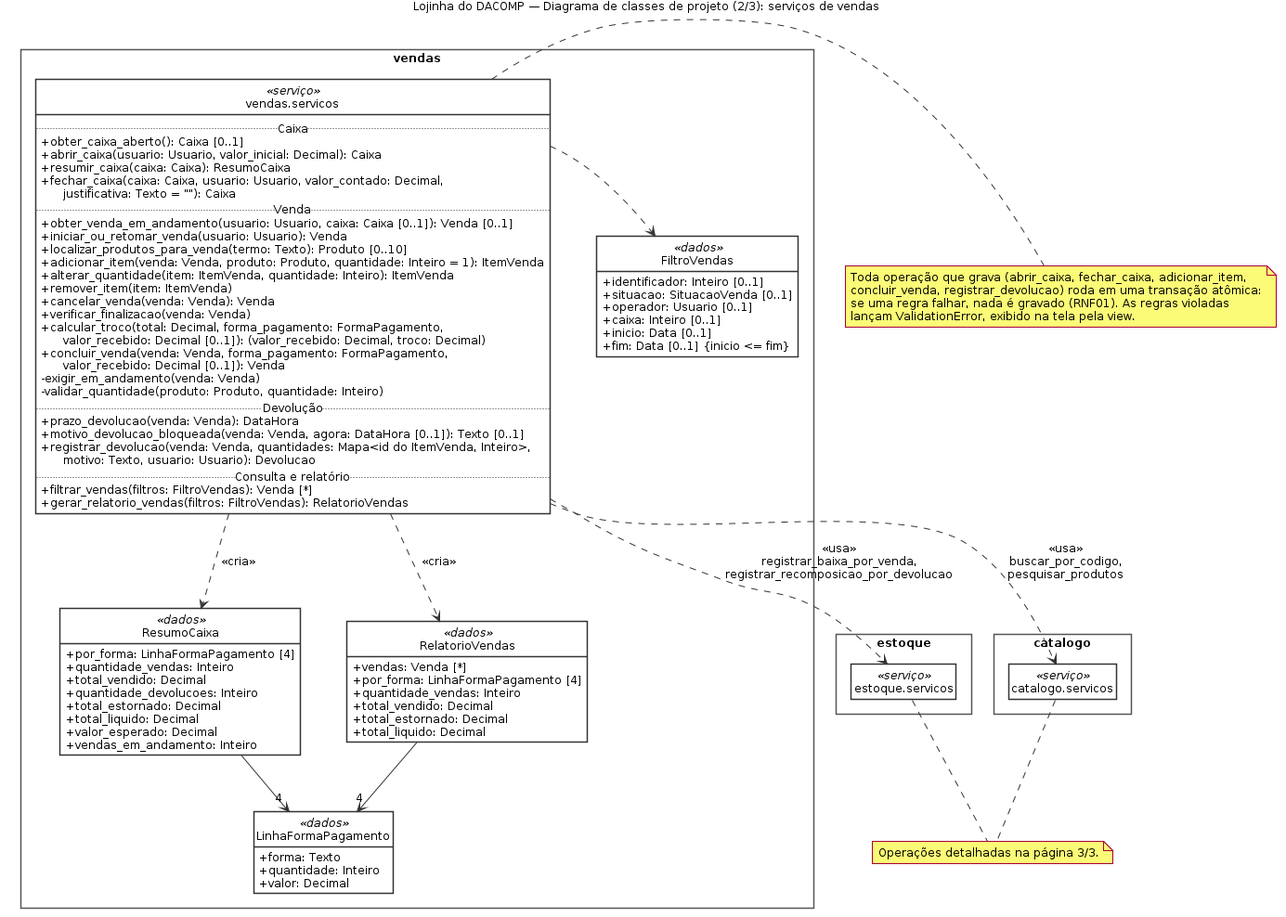
Before: docs/diagramas/classes-servicos-vendas.png, a diagram exported from PlantUML (PedroGasparetto/sistema-dacomp). Its source is kept beside it as docs/diagramas/classes-servicos-vendas.puml. Its diagram source:
```plantuml
@startuml classes-servicos-vendas

title Lojinha do DACOMP — Diagrama de classes de projeto (2/3): serviços de vendas

skinparam classAttributeIconSize 0
skinparam shadowing false
skinparam defaultFontName DejaVu Sans
skinparam defaultFontSize 12
skinparam packageStyle rectangle
skinparam classBackgroundColor #FFFFFF
skinparam classBorderColor #333333
skinparam packageBorderColor #555555
skinparam arrowColor #333333
skinparam nodesep 50
skinparam ranksep 60
hide empty members
hide circle

package "vendas" {
  class "vendas.servicos" as SV <<serviço>> {
    .. Caixa ..
    + obter_caixa_aberto(): Caixa [0..1]
    + abrir_caixa(usuario: Usuario, valor_inicial: Decimal): Caixa
    + resumir_caixa(caixa: Caixa): ResumoCaixa
    + fechar_caixa(caixa: Caixa, usuario: Usuario, valor_contado: Decimal,\n      justificativa: Texto = ""): Caixa
    .. Venda ..
    + obter_venda_em_andamento(usuario: Usuario, caixa: Caixa [0..1]): Venda [0..1]
    + iniciar_ou_retomar_venda(usuario: Usuario): Venda
    + localizar_produtos_para_venda(termo: Texto): Produto [0..10]
    + adicionar_item(venda: Venda, produto: Produto, quantidade: Inteiro = 1): ItemVenda
    + alterar_quantidade(item: ItemVenda, quantidade: Inteiro): ItemVenda
    + remover_item(item: ItemVenda)
    + cancelar_venda(venda: Venda): Venda
    + verificar_finalizacao(venda: Venda)
    + calcular_troco(total: Decimal, forma_pagamento: FormaPagamento,\n      valor_recebido: Decimal [0..1]): (valor_recebido: Decimal, troco: Decimal)
    + concluir_venda(venda: Venda, forma_pagamento: FormaPagamento,\n      valor_recebido: Decimal [0..1]): Venda
    - exigir_em_andamento(venda: Venda)
    - validar_quantidade(produto: Produto, quantidade: Inteiro)
    .. Devolução ..
    + prazo_devolucao(venda: Venda): DataHora
    + motivo_devolucao_bloqueada(venda: Venda, agora: DataHora [0..1]): Texto [0..1]
    + registrar_devolucao(venda: Venda, quantidades: Mapa<id do ItemVenda, Inteiro>,\n      motivo: Texto, usuario: Usuario): Devolucao
    .. Consulta e relatório ..
    + filtrar_vendas(filtros: FiltroVendas): Venda [*]
    + gerar_relatorio_vendas(filtros: FiltroVendas): RelatorioVendas
  }
  class ResumoCaixa <<dados>> {
    + por_forma: LinhaFormaPagamento [4]
    + quantidade_vendas: Inteiro
    + total_vendido: Decimal
    + quantidade_devolucoes: Inteiro
    + total_estornado: Decimal
    + total_liquido: Decimal
    + valor_esperado: Decimal
    + vendas_em_andamento: Inteiro
  }
  class RelatorioVendas <<dados>> {
    + vendas: Venda [*]
    + por_forma: LinhaFormaPagamento [4]
    + quantidade_vendas: Inteiro
    + total_vendido: Decimal
    + total_estornado: Decimal
    + total_liquido: Decimal
  }
  class FiltroVendas <<dados>> {
    + identificador: Inteiro [0..1]
    + situacao: SituacaoVenda [0..1]
    + operador: Usuario [0..1]
    + caixa: Inteiro [0..1]
    + inicio: Data [0..1]
    + fim: Data [0..1] {inicio <= fim}
  }
  class LinhaFormaPagamento <<dados>> {
    + forma: Texto
    + quantidade: Inteiro
    + valor: Decimal
  }
  SV ..> ResumoCaixa : <<cria>>
  SV ..> RelatorioVendas : <<cria>>
  ResumoCaixa --> "4" LinhaFormaPagamento
  RelatorioVendas --> "4" LinhaFormaPagamento
}


package "estoque" {
  class "estoque.servicos" as SE <<serviço>>
}
package "catalogo" {
  class "catalogo.servicos" as SC <<serviço>>
}
note "Operações detalhadas na página 3/3." as N
SE .. N
SC .. N

SV -[hidden]right- FiltroVendas
SV ..> FiltroVendas
SV ..> SE : <<usa>>\nregistrar_baixa_por_venda,\nregistrar_recomposicao_por_devolucao
SV ..> SC : <<usa>>\nbuscar_por_codigo,\npesquisar_produtos

note right of SV
  Toda operação que grava (abrir_caixa, fechar_caixa, adicionar_item,
  concluir_venda, registrar_devolucao) roda em uma transação atômica:
  se uma regra falhar, nada é gravado (RNF01). As regras violadas
  lançam ValidationError, exibido na tela pela view.
end note

@enduml
```
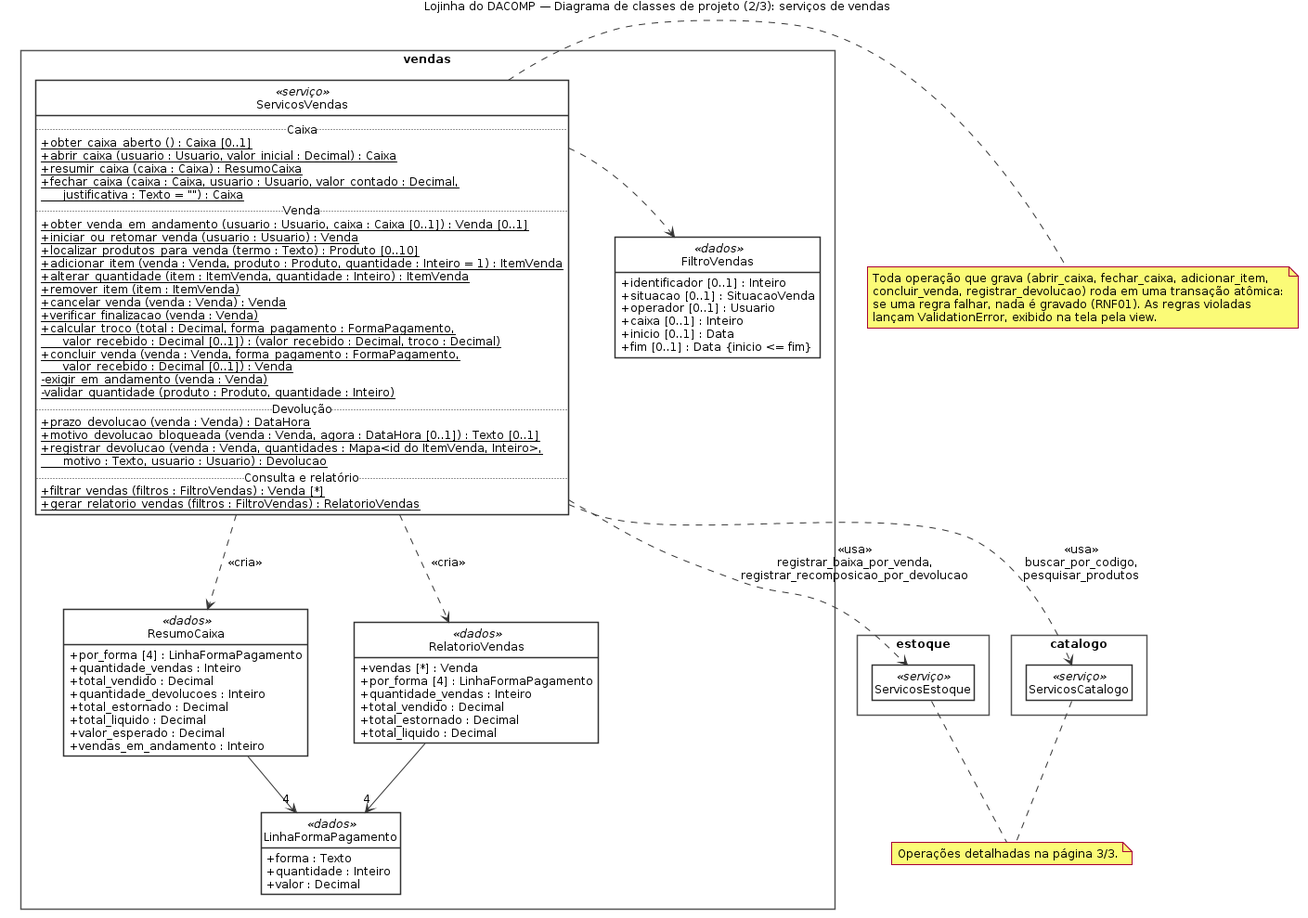
The same file after the commit.

Commit message:
Ajusta o diagrama de classes à notação dos slides da disciplina

Diff of the diagram source:
```diff
@@ -17,63 +17,63 @@
 hide circle
 
 package "vendas" {
-  class "vendas.servicos" as SV <<serviço>> {
+  class "ServicosVendas" as SV <<serviço>> {
     .. Caixa ..
-    + obter_caixa_aberto(): Caixa [0..1]
-    + abrir_caixa(usuario: Usuario, valor_inicial: Decimal): Caixa
-    + resumir_caixa(caixa: Caixa): ResumoCaixa
-    + fechar_caixa(caixa: Caixa, usuario: Usuario, valor_contado: Decimal,\n      justificativa: Texto = ""): Caixa
+    {static} + obter_caixa_aberto () : Caixa [0..1]
+    {static} + abrir_caixa (usuario : Usuario, valor_inicial : Decimal) : Caixa
+    {static} + resumir_caixa (caixa : Caixa) : ResumoCaixa
+    {static} + fechar_caixa (caixa : Caixa, usuario : Usuario, valor_contado : Decimal,\n      justificativa : Texto = "") : Caixa
     .. Venda ..
-    + obter_venda_em_andamento(usuario: Usuario, caixa: Caixa [0..1]): Venda [0..1]
-    + iniciar_ou_retomar_venda(usuario: Usuario): Venda
-    + localizar_produtos_para_venda(termo: Texto): Produto [0..10]
-    + adicionar_item(venda: Venda, produto: Produto, quantidade: Inteiro = 1): ItemVenda
-    + alterar_quantidade(item: ItemVenda, quantidade: Inteiro): ItemVenda
-    + remover_item(item: ItemVenda)
-    + cancelar_venda(venda: Venda): Venda
-    + verificar_finalizacao(venda: Venda)
-    + calcular_troco(total: Decimal, forma_pagamento: FormaPagamento,\n      valor_recebido: Decimal [0..1]): (valor_recebido: Decimal, troco: Decimal)
-    + concluir_venda(venda: Venda, forma_pagamento: FormaPagamento,\n      valor_recebido: Decimal [0..1]): Venda
-    - exigir_em_andamento(venda: Venda)
-    - validar_quantidade(produto: Produto, quantidade: Inteiro)
+    {static} + obter_venda_em_andamento (usuario : Usuario, caixa : Caixa [0..1]) : Venda [0..1]
+    {static} + iniciar_ou_retomar_venda (usuario : Usuario) : Venda
+    {static} + localizar_produtos_para_venda (termo : Texto) : Produto [0..10]
+    {static} + adicionar_item (venda : Venda, produto : Produto, quantidade : Inteiro = 1) : ItemVenda
+    {static} + alterar_quantidade (item : ItemVenda, quantidade : Inteiro) : ItemVenda
+    {static} + remover_item (item : ItemVenda)
+    {static} + cancelar_venda (venda : Venda) : Venda
+    {static} + verificar_finalizacao (venda : Venda)
+    {static} + calcular_troco (total : Decimal, forma_pagamento : FormaPagamento,\n      valor_recebido : Decimal [0..1]) : (valor_recebido : Decimal, troco : Decimal)
+    {static} + concluir_venda (venda : Venda, forma_pagamento : FormaPagamento,\n      valor_recebido : Decimal [0..1]) : Venda
+    {static} - exigir_em_andamento (venda : Venda)
+    {static} - validar_quantidade (produto : Produto, quantidade : Inteiro)
     .. Devolução ..
-    + prazo_devolucao(venda: Venda): DataHora
-    + motivo_devolucao_bloqueada(venda: Venda, agora: DataHora [0..1]): Texto [0..1]
-    + registrar_devolucao(venda: Venda, quantidades: Mapa<id do ItemVenda, Inteiro>,\n      motivo: Texto, usuario: Usuario): Devolucao
+    {static} + prazo_devolucao (venda : Venda) : DataHora
+    {static} + motivo_devolucao_bloqueada (venda : Venda, agora : DataHora [0..1]) : Texto [0..1]
+    {static} + registrar_devolucao (venda : Venda, quantidades : Mapa<id do ItemVenda, Inteiro>,\n      motivo : Texto, usuario : Usuario) : Devolucao
     .. Consulta e relatório ..
-    + filtrar_vendas(filtros: FiltroVendas): Venda [*]
-    + gerar_relatorio_vendas(filtros: FiltroVendas): RelatorioVendas
+    {static} + filtrar_vendas (filtros : FiltroVendas) : Venda [*]
+    {static} + gerar_relatorio_vendas (filtros : FiltroVendas) : RelatorioVendas
   }
   class ResumoCaixa <<dados>> {
-    + por_forma: LinhaFormaPagamento [4]
-    + quantidade_vendas: Inteiro
-    + total_vendido: Decimal
-    + quantidade_devolucoes: Inteiro
-    + total_estornado: Decimal
-    + total_liquido: Decimal
-    + valor_esperado: Decimal
-    + vendas_em_andamento: Inteiro
+    + por_forma [4] : LinhaFormaPagamento
+    + quantidade_vendas : Inteiro
+    + total_vendido : Decimal
+    + quantidade_devolucoes : Inteiro
+    + total_estornado : Decimal
+    + total_liquido : Decimal
+    + valor_esperado : Decimal
+    + vendas_em_andamento : Inteiro
   }
   class RelatorioVendas <<dados>> {
-    + vendas: Venda [*]
-    + por_forma: LinhaFormaPagamento [4]
-    + quantidade_vendas: Inteiro
-    + total_vendido: Decimal
-    + total_estornado: Decimal
-    + total_liquido: Decimal
+    + vendas [*] : Venda
+    + por_forma [4] : LinhaFormaPagamento
+    + quantidade_vendas : Inteiro
+    + total_vendido : Decimal
+    + total_estornado : Decimal
+    + total_liquido : Decimal
   }
   class FiltroVendas <<dados>> {
-    + identificador: Inteiro [0..1]
-    + situacao: SituacaoVenda [0..1]
-    + operador: Usuario [0..1]
-    + caixa: Inteiro [0..1]
-    + inicio: Data [0..1]
-    + fim: Data [0..1] {inicio <= fim}
+    + identificador [0..1] : Inteiro
+    + situacao [0..1] : SituacaoVenda
+    + operador [0..1] : Usuario
+    + caixa [0..1] : Inteiro
+    + inicio [0..1] : Data
+    + fim [0..1] : Data {inicio <= fim}
   }
   class LinhaFormaPagamento <<dados>> {
-    + forma: Texto
-    + quantidade: Inteiro
-    + valor: Decimal
+    + forma : Texto
+    + quantidade : Inteiro
+    + valor : Decimal
   }
   SV ..> ResumoCaixa : <<cria>>
   SV ..> RelatorioVendas : <<cria>>
@@ -83,10 +83,10 @@
 
 
 package "estoque" {
-  class "estoque.servicos" as SE <<serviço>>
+  class "ServicosEstoque" as SE <<serviço>>
 }
 package "catalogo" {
-  class "catalogo.servicos" as SC <<serviço>>
+  class "ServicosCatalogo" as SC <<serviço>>
 }
 note "Operações detalhadas na página 3/3." as N
 SE .. N
```
